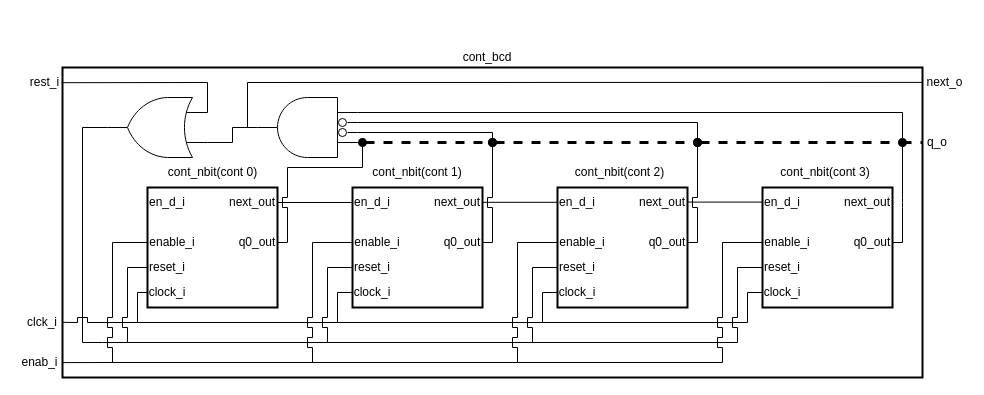
Above: diagrams/drawio/cont_bcd.drawio in die-mirarchi/TP_Final_Digitales_I (draw.io), before the change. Source tidied: cells renumbered, new cells numbered last; positions are measured from the earlier drawing's top-left corner, leaving out a move shared by most shapes. Both pictures are drawn from the tidied source at 100%, with x=0, y=0 at pixel (17, 47).
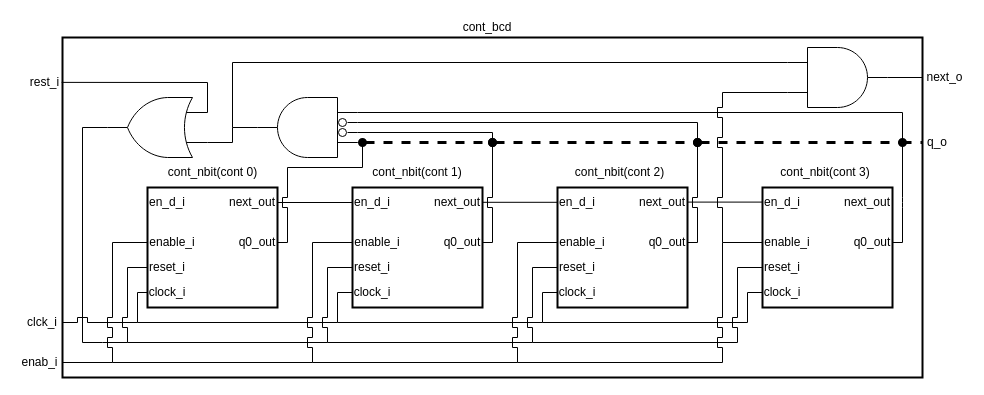
After the change.

Unchanged cells that the change refers to:
```xml
<mxCell id="5" value="enable_i" style="text;html=1;align=center;verticalAlign=middle;whiteSpace=wrap;rounded=0;" parent="1" vertex="1">
  <mxGeometry x="130" y="180" width="50" height="30" as="geometry" />
</mxCell>
<mxCell id="7" value="clock_i" style="text;html=1;align=center;verticalAlign=middle;whiteSpace=wrap;rounded=0;" parent="1" vertex="1">
  <mxGeometry x="130" y="230" width="40" height="30" as="geometry" />
</mxCell>
<mxCell id="77" value="clck_i" style="text;html=1;align=center;verticalAlign=middle;whiteSpace=wrap;rounded=0;" parent="1" vertex="1">
  <mxGeometry x="5" y="260" width="40" height="30" as="geometry" />
</mxCell>
<mxCell id="78" value="enab_i" style="text;html=1;align=center;verticalAlign=middle;whiteSpace=wrap;rounded=0;" parent="1" vertex="1">
  <mxGeometry y="300" width="45" height="30" as="geometry" />
</mxCell>
```

The edit, as a diff of the source:
```diff
@@
     <mxCell id="2" style="rounded=0;whiteSpace=wrap;html=1;fillColor=none;strokeWidth=2;" parent="1" vertex="1">
-      <mxGeometry x="45" y="20" width="860" height="310" as="geometry" />
+      <mxGeometry x="45" y="-10" width="860" height="340" as="geometry" />
     </mxCell>
@@
-    <mxCell id="38" style="endArrow=none;html=1;rounded=0;entryX=0;entryY=0.5;entryDx=0;entryDy=0;exitX=0;exitY=0.822;exitDx=0;exitDy=0;exitPerimeter=0;" parent="1" edge="1" source="2" target="7">
+    <mxCell id="38" style="endArrow=none;html=1;rounded=0;entryX=0;entryY=0.5;entryDx=0;entryDy=0;exitX=1;exitY=0.5;exitDx=0;exitDy=0;" parent="1" edge="1" source="77" target="7">
       <mxGeometry relative="1" as="geometry">
         <Array as="points">
           <mxPoint x="60" y="275" />
           <mxPoint x="60" y="270" />
           <mxPoint x="70" y="270" />
           <mxPoint x="70" y="275" />
           <mxPoint x="120" y="275" />
           <mxPoint x="120" y="245" />
         </Array>
       </mxGeometry>
     </mxCell>
@@
-    <mxCell id="46" style="endArrow=none;html=1;rounded=0;entryX=0;entryY=0.5;entryDx=0;entryDy=0;exitX=0;exitY=0.952;exitDx=0;exitDy=0;exitPerimeter=0;" parent="1" edge="1" source="2" target="5">
+    <mxCell id="46" style="endArrow=none;html=1;rounded=0;entryX=0;entryY=0.5;entryDx=0;entryDy=0;exitX=1;exitY=0.5;exitDx=0;exitDy=0;" parent="1" edge="1" source="78" target="5">
       <mxGeometry relative="1" as="geometry">
         <Array as="points">
           <mxPoint x="95" y="315" />
           <mxPoint x="95" y="300" />
           <mxPoint x="90" y="300" />
           <mxPoint x="90" y="290" />
           <mxPoint x="95" y="290" />
           <mxPoint x="95" y="280" />
           <mxPoint x="90" y="280" />
           <mxPoint x="90" y="270" />
           <mxPoint x="95" y="270" />
           <mxPoint x="95" y="195" />
         </Array>
       </mxGeometry>
     </mxCell>
@@
-    <mxCell id="68" style="endArrow=none;html=1;rounded=0;entryX=1;entryY=0.048;entryDx=0;entryDy=0;entryPerimeter=0;" parent="1" edge="1" target="2">
-      <mxGeometry relative="1" as="geometry">
-        <mxPoint x="230" y="80" as="sourcePoint" />
-        <Array as="points">
-          <mxPoint x="230" y="35" />
-        </Array>
-      </mxGeometry>
-    </mxCell>
-    <mxCell id="69" style="endArrow=none;html=1;rounded=0;exitX=-0.001;exitY=0.049;exitDx=0;exitDy=0;exitPerimeter=0;" parent="1" edge="1" source="2">
+    <mxCell id="69" style="endArrow=none;html=1;rounded=0;exitX=-0.001;exitY=0.132;exitDx=0;exitDy=0;exitPerimeter=0;" parent="1" edge="1" source="2">
       <mxGeometry relative="1" as="geometry">
         <mxPoint x="190" y="35" as="targetPoint" />
       </mxGeometry>
     </mxCell>
@@
     <mxCell id="75" value="next_o" style="text;html=1;align=center;verticalAlign=middle;whiteSpace=wrap;rounded=0;" parent="1" vertex="1">
-      <mxGeometry x="905" y="20" width="45" height="30" as="geometry" />
+      <mxGeometry x="905" y="15" width="45" height="30" as="geometry" />
     </mxCell>
@@
     <mxCell id="79" value="cont_bcd" style="text;html=1;align=center;verticalAlign=middle;whiteSpace=wrap;rounded=0;" parent="1" vertex="1">
-      <mxGeometry x="440" width="60" height="20" as="geometry" />
+      <mxGeometry x="440" y="-30" width="60" height="20" as="geometry" />
     </mxCell>
+    <mxCell id="80" style="edgeStyle=orthogonalEdgeStyle;rounded=0;jettySize=auto;html=1;exitX=1;exitY=0.5;exitDx=0;exitDy=0;exitPerimeter=0;entryX=0;entryY=0.5;entryDx=0;entryDy=0;endArrow=none;endFill=0;" parent="1" edge="1" source="81" target="75">
+      <mxGeometry relative="1" as="geometry" />
+    </mxCell>
+    <mxCell id="81" style="verticalLabelPosition=bottom;shadow=0;dashed=0;align=center;html=1;verticalAlign=top;shape=mxgraph.electrical.logic_gates.logic_gate;operation=and;direction=west;rotation=-180;" parent="1" vertex="1">
+      <mxGeometry x="770" width="100" height="60" as="geometry" />
+    </mxCell>
+    <mxCell id="82" style="endArrow=none;html=1;rounded=0;entryX=0;entryY=0.25;entryDx=0;entryDy=0;entryPerimeter=0;" parent="1" edge="1" target="81">
+      <mxGeometry relative="1" as="geometry">
+        <mxPoint x="215" y="80" as="sourcePoint" />
+        <Array as="points">
+          <mxPoint x="215" y="15" />
+        </Array>
+      </mxGeometry>
+    </mxCell>
+    <mxCell id="83" style="endArrow=none;html=1;rounded=0;" parent="1" edge="1">
+      <mxGeometry relative="1" as="geometry">
+        <mxPoint x="705" y="195" as="sourcePoint" />
+        <mxPoint x="770" y="45" as="targetPoint" />
+        <Array as="points">
+          <mxPoint x="705" y="160" />
+          <mxPoint x="700" y="160" />
+          <mxPoint x="700" y="150" />
+          <mxPoint x="705" y="150" />
+          <mxPoint x="705" y="100" />
+          <mxPoint x="700" y="100" />
+          <mxPoint x="700" y="90" />
+          <mxPoint x="705" y="90" />
+          <mxPoint x="705" y="70" />
+          <mxPoint x="700" y="70" />
+          <mxPoint x="700" y="60" />
+          <mxPoint x="705" y="60" />
+          <mxPoint x="705" y="45" />
+        </Array>
+      </mxGeometry>
+    </mxCell>
```
